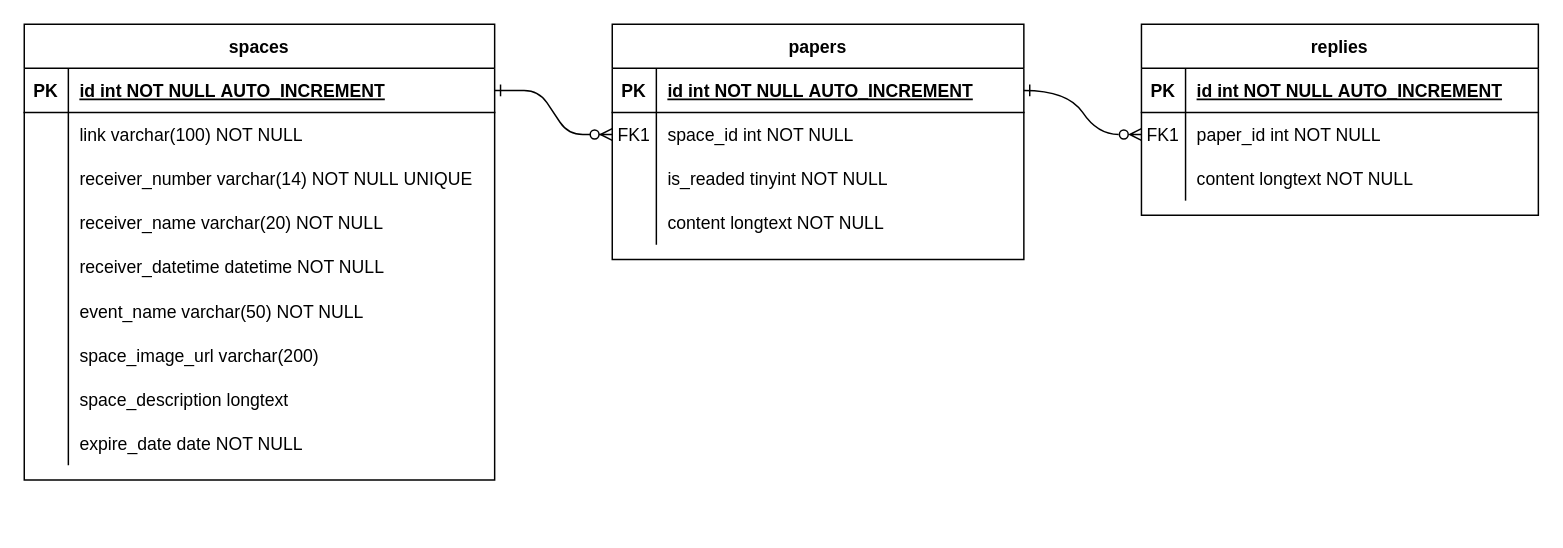
Above: rollingpaper.drawio in bavengers/ERD (draw.io), before the change. Source tidied: cells renumbered, new cells numbered last; positions are measured from the earlier drawing's top-left corner, leaving out a move shared by most shapes. Both pictures are drawn from the tidied source at 147%, with x=0, y=0 at pixel (24, 24).
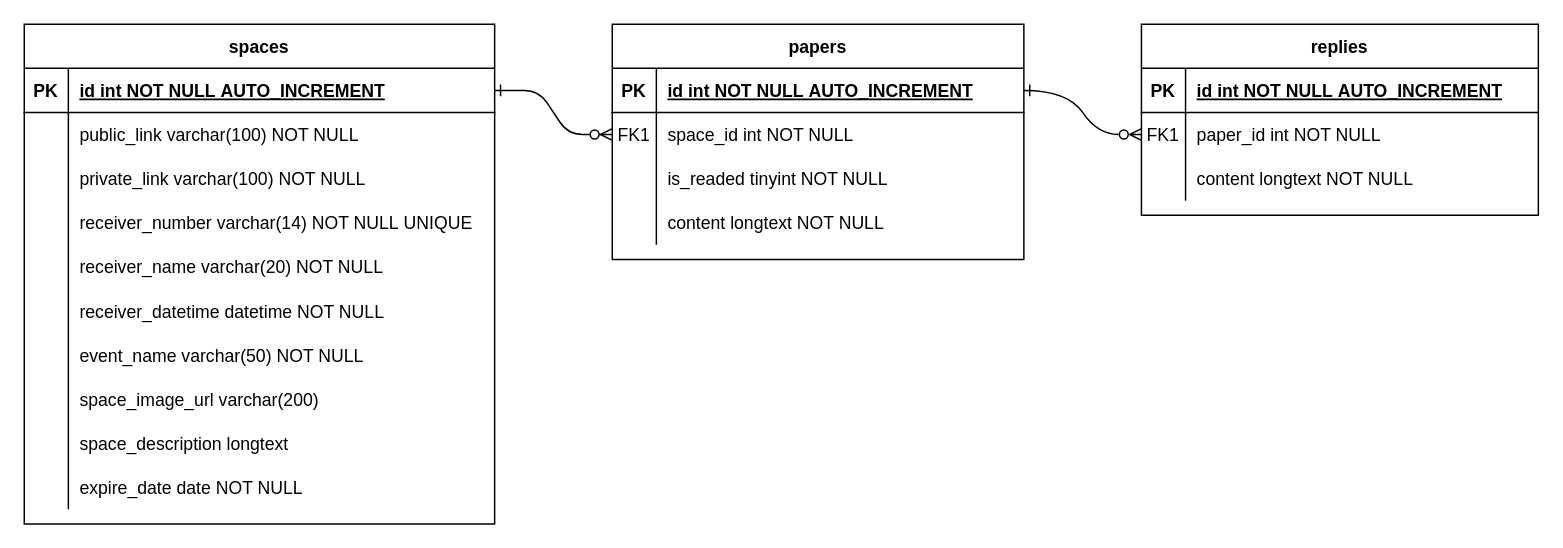
The same diagram, later.

Unchanged cells that the change refers to:
```xml
<mxCell id="21" style="shape=partialRectangle;fillColor=none;top=0;left=0;right=0;bottom=0;" parent="17" vertex="1">
  <mxGeometry y="60" width="320" height="30" as="geometry" />
</mxCell>
```

Change to the diagram source:
```diff
@@
     <mxCell id="17" value="spaces" style="shape=table;startSize=30;childLayout=tableLayout;rowLines=0;fontStyle=1;align=center;" parent="1" vertex="1">
-      <mxGeometry width="320" height="310" as="geometry" />
+      <mxGeometry width="320" height="340" as="geometry" />
     </mxCell>
@@
-    <mxCell id="23" value="link varchar(100) NOT NULL" style="shape=partialRectangle;overflow=hidden;fillColor=none;top=0;left=0;bottom=0;right=0;align=left;spacingLeft=6;" parent="21" vertex="1">
+    <mxCell id="23" value="public_link varchar(100) NOT NULL" style="shape=partialRectangle;overflow=hidden;fillColor=none;top=0;left=0;bottom=0;right=0;align=left;spacingLeft=6;" parent="21" vertex="1">
       <mxGeometry x="30" width="290" height="30" as="geometry" />
     </mxCell>
+    <mxCell id="56" style="shape=partialRectangle;fillColor=none;top=0;left=0;right=0;bottom=0;" parent="17" vertex="1">
+      <mxGeometry y="90" width="320" height="30" as="geometry" />
+    </mxCell>
+    <mxCell id="57" style="shape=partialRectangle;overflow=hidden;fillColor=none;top=0;left=0;bottom=0;right=0;" parent="56" vertex="1">
+      <mxGeometry width="30" height="30" as="geometry" />
+    </mxCell>
+    <mxCell id="58" value="private_link varchar(100) NOT NULL" style="shape=partialRectangle;overflow=hidden;fillColor=none;top=0;left=0;bottom=0;right=0;align=left;spacingLeft=6;" parent="56" vertex="1">
+      <mxGeometry x="30" width="290" height="30" as="geometry" />
+    </mxCell>
     <mxCell id="24" style="shape=partialRectangle;fillColor=none;top=0;left=0;right=0;bottom=0;" parent="17" vertex="1">
-      <mxGeometry y="90" width="320" height="30" as="geometry" />
+      <mxGeometry y="120" width="320" height="30" as="geometry" />
     </mxCell>
@@
     <mxCell id="27" style="shape=partialRectangle;fillColor=none;top=0;left=0;right=0;bottom=0;" parent="17" vertex="1">
-      <mxGeometry y="120" width="320" height="30" as="geometry" />
+      <mxGeometry y="150" width="320" height="30" as="geometry" />
     </mxCell>
@@
     <mxCell id="30" style="shape=partialRectangle;fillColor=none;top=0;left=0;right=0;bottom=0;" parent="17" vertex="1">
-      <mxGeometry y="150" width="320" height="30" as="geometry" />
+      <mxGeometry y="180" width="320" height="30" as="geometry" />
     </mxCell>
@@
     <mxCell id="33" style="shape=partialRectangle;fillColor=none;top=0;left=0;right=0;bottom=0;" parent="17" vertex="1">
-      <mxGeometry y="180" width="320" height="30" as="geometry" />
+      <mxGeometry y="210" width="320" height="30" as="geometry" />
     </mxCell>
@@
     <mxCell id="36" style="shape=partialRectangle;fillColor=none;top=0;left=0;right=0;bottom=0;" parent="17" vertex="1">
-      <mxGeometry y="210" width="320" height="30" as="geometry" />
+      <mxGeometry y="240" width="320" height="30" as="geometry" />
     </mxCell>
@@
     <mxCell id="39" style="shape=partialRectangle;fillColor=none;top=0;left=0;right=0;bottom=0;" parent="17" vertex="1">
-      <mxGeometry y="240" width="320" height="30" as="geometry" />
+      <mxGeometry y="270" width="320" height="30" as="geometry" />
     </mxCell>
@@
     <mxCell id="42" style="shape=partialRectangle;fillColor=none;top=0;left=0;right=0;bottom=0;" parent="17" vertex="1">
-      <mxGeometry y="270" width="320" height="30" as="geometry" />
+      <mxGeometry y="300" width="320" height="30" as="geometry" />
     </mxCell>
```
